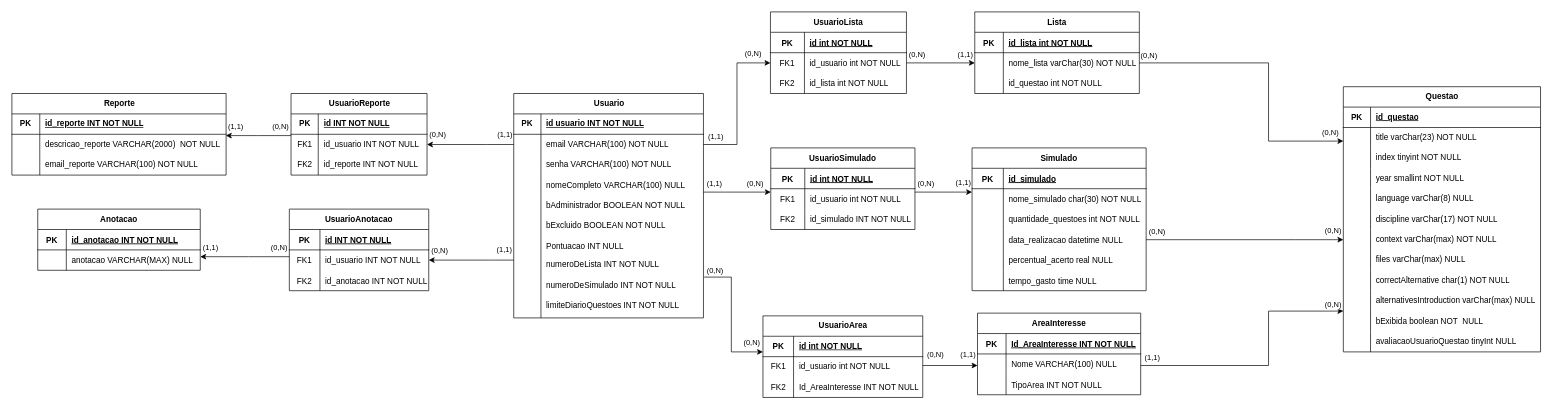
Earlier version of the draw.io diagram DIAGRAMA ER.drawio (augustorazani/QENEM-UML-Diagram). Source tidied: cells renumbered, new cells numbered last; positions are measured from the earlier drawing's top-left corner, leaving out a move shared by most shapes. Both pictures are drawn from the tidied source at 68%, with x=0, y=0 at pixel (12, 12).
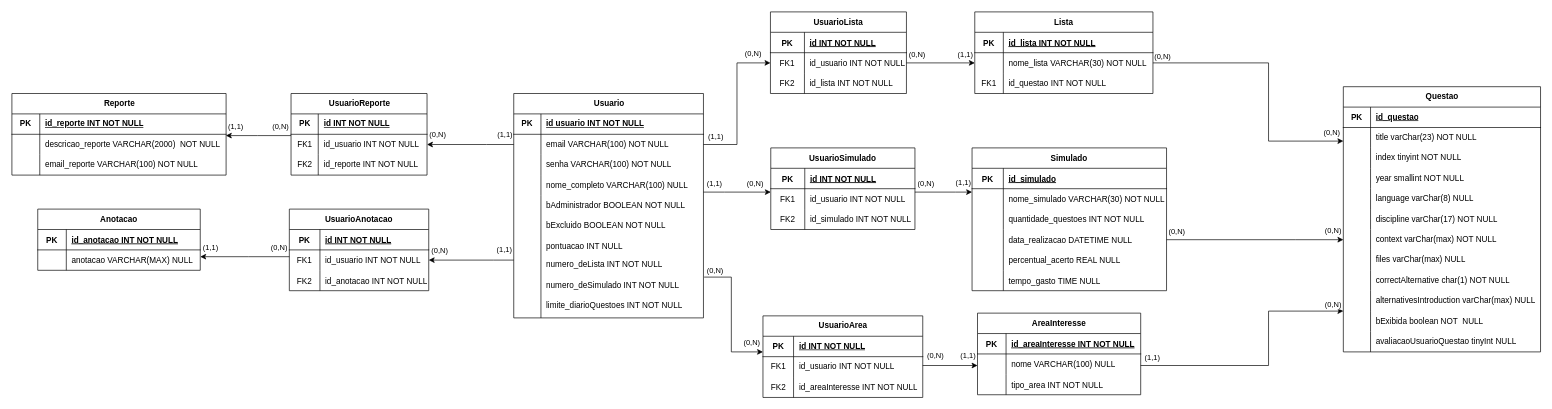
Above is the later version.

Unchanged cells that the change refers to:
```xml
<mxCell id="2" style="edgeStyle=orthogonalEdgeStyle;rounded=0;jettySize=auto;html=1;exitX=1;exitY=0.5;exitDx=0;exitDy=0;" parent="1" edge="1" source="9" target="50">
  <mxGeometry relative="1" as="geometry">
    <Array as="points">
      <mxPoint x="1848" y="75" />
      <mxPoint x="1848" y="190" />
    </Array>
  </mxGeometry>
</mxCell>
<mxCell id="17" style="shape=partialRectangle;fillColor=none;top=0;left=0;right=0;bottom=1;" parent="16" vertex="1">
  <mxGeometry y="30" width="200" height="30" as="geometry" />
</mxCell>
<mxCell id="20" style="shape=partialRectangle;fillColor=none;points=[[0,0.5],[1,0.5]];portConstraint=eastwest;top=0;left=0;right=0;bottom=0;" parent="16" vertex="1">
  <mxGeometry y="60" width="200" height="30" as="geometry" />
</mxCell>
<mxCell id="23" style="shape=partialRectangle;fillColor=none;top=0;left=0;right=0;bottom=0;" parent="16" vertex="1">
  <mxGeometry y="90" width="200" height="30" as="geometry" />
</mxCell>
<mxCell id="102" style="shape=tableRow;horizontal=0;startSize=0;swimlaneHead=0;swimlaneBody=0;fillColor=none;top=0;left=0;right=0;bottom=0;" parent="92" vertex="1">
  <mxGeometry y="120" width="279" height="30" as="geometry" />
</mxCell>
<mxCell id="140" style="shape=partialRectangle;fillColor=none;top=0;left=0;right=0;bottom=1;" parent="139" vertex="1">
  <mxGeometry y="30" width="212" height="30" as="geometry" />
</mxCell>
<mxCell id="143" style="shape=partialRectangle;fillColor=none;top=0;left=0;right=0;bottom=0;" parent="139" vertex="1">
  <mxGeometry y="60" width="212" height="30" as="geometry" />
</mxCell>
<mxCell id="175" style="shape=partialRectangle;fillColor=none;top=0;left=0;right=0;bottom=1;" parent="174" vertex="1">
  <mxGeometry y="30" width="240" height="30" as="geometry" />
</mxCell>
<mxCell id="178" style="shape=partialRectangle;fillColor=none;top=0;left=0;right=0;bottom=0;" parent="174" vertex="1">
  <mxGeometry y="60" width="240" height="30" as="geometry" />
</mxCell>
<mxCell id="181" style="shape=partialRectangle;fillColor=none;top=0;left=0;right=0;bottom=0;" parent="174" vertex="1">
  <mxGeometry y="90" width="240" height="30" as="geometry" />
</mxCell>
<mxCell id="186" style="shape=tableRow;horizontal=0;startSize=0;swimlaneHead=0;swimlaneBody=0;fillColor=none;top=0;left=0;right=0;bottom=1;" parent="185" vertex="1">
  <mxGeometry y="30" width="235" height="30" as="geometry" />
</mxCell>
<mxCell id="189" style="shape=tableRow;horizontal=0;startSize=0;swimlaneHead=0;swimlaneBody=0;fillColor=none;top=0;left=0;right=0;bottom=0;" parent="185" vertex="1">
  <mxGeometry y="60" width="235" height="30" as="geometry" />
</mxCell>
<mxCell id="192" style="shape=tableRow;horizontal=0;startSize=0;swimlaneHead=0;swimlaneBody=0;fillColor=none;top=0;left=0;right=0;bottom=0;" parent="185" vertex="1">
  <mxGeometry y="90" width="235" height="30" as="geometry" />
</mxCell>
```

Change to the diagram source:
```diff
@@
     <mxCell id="4" value="(0,N)" style="edgeLabel;html=1;align=center;verticalAlign=middle;" parent="2" vertex="1">
       <mxGeometry x="-0.8" y="1" relative="1" as="geometry">
-        <mxPoint x="-28" y="-11" as="offset" />
+        <mxPoint x="-26" y="-9" as="offset" />
       </mxGeometry>
     </mxCell>
     <mxCell id="5" value="Lista" style="shape=table;startSize=30;childLayout=tableLayout;rowLines=0;fontStyle=1;align=center;" parent="1" vertex="1">
-      <mxGeometry x="1416" width="242" height="120" as="geometry" />
+      <mxGeometry x="1416" width="262" height="120" as="geometry" />
     </mxCell>
     <mxCell id="6" style="shape=partialRectangle;fillColor=none;top=0;left=0;right=0;bottom=1;" parent="5" vertex="1">
-      <mxGeometry y="30" width="242" height="30" as="geometry" />
+      <mxGeometry y="30" width="262" height="30" as="geometry" />
     </mxCell>
@@
-    <mxCell id="8" value="id_lista int NOT NULL " style="shape=partialRectangle;overflow=hidden;fillColor=none;top=0;left=0;bottom=0;right=0;align=left;spacingLeft=6;fontStyle=5;" parent="6" vertex="1">
-      <mxGeometry x="42" width="200" height="30" as="geometry" />
+    <mxCell id="8" value="id_lista INT NOT NULL " style="shape=partialRectangle;overflow=hidden;fillColor=none;top=0;left=0;bottom=0;right=0;align=left;spacingLeft=6;fontStyle=5;" parent="6" vertex="1">
+      <mxGeometry x="42" width="220" height="30" as="geometry" />
     </mxCell>
     <mxCell id="9" style="shape=partialRectangle;fillColor=none;points=[[0,0.5],[1,0.5]];portConstraint=eastwest;top=0;left=0;right=0;bottom=0;" parent="5" vertex="1">
-      <mxGeometry y="60" width="242" height="30" as="geometry" />
+      <mxGeometry y="60" width="262" height="30" as="geometry" />
     </mxCell>
@@
-    <mxCell id="11" value="nome_lista varChar(30) NOT NULL" style="shape=partialRectangle;overflow=hidden;fillColor=none;top=0;left=0;bottom=0;right=0;align=left;spacingLeft=6;" parent="9" vertex="1">
-      <mxGeometry x="42" width="200" height="30" as="geometry" />
+    <mxCell id="11" value="nome_lista VARCHAR(30) NOT NULL" style="shape=partialRectangle;overflow=hidden;fillColor=none;top=0;left=0;bottom=0;right=0;align=left;spacingLeft=6;" parent="9" vertex="1">
+      <mxGeometry x="42" width="220" height="30" as="geometry" />
     </mxCell>
     <mxCell id="12" style="shape=partialRectangle;fillColor=none;top=0;left=0;right=0;bottom=0;" parent="5" vertex="1">
-      <mxGeometry y="90" width="242" height="30" as="geometry" />
+      <mxGeometry y="90" width="262" height="30" as="geometry" />
     </mxCell>
-    <mxCell id="13" style="shape=partialRectangle;overflow=hidden;fillColor=none;top=0;left=0;bottom=0;right=0;" parent="12" vertex="1">
+    <mxCell id="13" value="FK1" style="shape=partialRectangle;overflow=hidden;fillColor=none;top=0;left=0;bottom=0;right=0;" parent="12" vertex="1">
       <mxGeometry width="42" height="30" as="geometry" />
     </mxCell>
-    <mxCell id="14" value="id_questao int NOT NULL" style="shape=partialRectangle;overflow=hidden;fillColor=none;top=0;left=0;bottom=0;right=0;align=left;spacingLeft=6;" parent="12" vertex="1">
-      <mxGeometry x="42" width="200" height="30" as="geometry" />
+    <mxCell id="14" value="id_questao INT NOT NULL" style="shape=partialRectangle;overflow=hidden;fillColor=none;top=0;left=0;bottom=0;right=0;align=left;spacingLeft=6;" parent="12" vertex="1">
+      <mxGeometry x="42" width="220" height="30" as="geometry" />
     </mxCell>
@@
-    <mxCell id="19" value="id int NOT NULL " style="shape=partialRectangle;overflow=hidden;fillColor=none;top=0;left=0;bottom=0;right=0;align=left;spacingLeft=6;fontStyle=5;" parent="17" vertex="1">
+    <mxCell id="19" value="id INT NOT NULL " style="shape=partialRectangle;overflow=hidden;fillColor=none;top=0;left=0;bottom=0;right=0;align=left;spacingLeft=6;fontStyle=5;" parent="17" vertex="1">
       <mxGeometry x="50" width="150" height="30" as="geometry" />
     </mxCell>
@@
-    <mxCell id="22" value="id_usuario int NOT NULL" style="shape=partialRectangle;overflow=hidden;fillColor=none;top=0;left=0;bottom=0;right=0;align=left;spacingLeft=6;" parent="20" vertex="1">
+    <mxCell id="22" value="id_usuario INT NOT NULL" style="shape=partialRectangle;overflow=hidden;fillColor=none;top=0;left=0;bottom=0;right=0;align=left;spacingLeft=6;" parent="20" vertex="1">
       <mxGeometry x="50" width="150" height="30" as="geometry" />
     </mxCell>
@@
-    <mxCell id="25" value="id_lista int NOT NULL" style="shape=partialRectangle;overflow=hidden;fillColor=none;top=0;left=0;bottom=0;right=0;align=left;spacingLeft=6;" parent="23" vertex="1">
+    <mxCell id="25" value="id_lista INT NOT NULL" style="shape=partialRectangle;overflow=hidden;fillColor=none;top=0;left=0;bottom=0;right=0;align=left;spacingLeft=6;" parent="23" vertex="1">
       <mxGeometry x="50" width="150" height="30" as="geometry" />
     </mxCell>
@@
-    <mxCell id="104" value="nomeCompleto VARCHAR(100) NULL" style="shape=partialRectangle;fillColor=none;top=0;left=0;bottom=0;right=0;align=left;spacingLeft=6;overflow=hidden;whiteSpace=wrap;html=1;" parent="102" vertex="1">
+    <mxCell id="104" value="nome_completo VARCHAR(100) NULL" style="shape=partialRectangle;fillColor=none;top=0;left=0;bottom=0;right=0;align=left;spacingLeft=6;overflow=hidden;whiteSpace=wrap;html=1;" parent="102" vertex="1">
       <mxGeometry x="40" width="239" height="30" as="geometry" />
     </mxCell>
@@
-    <mxCell id="114" value="Pontuacao INT NULL&amp;nbsp;" style="shape=partialRectangle;fillColor=none;top=0;left=0;bottom=0;right=0;align=left;spacingLeft=6;overflow=hidden;whiteSpace=wrap;html=1;" parent="1" vertex="1">
+    <mxCell id="114" value="pontuacao INT NULL&amp;nbsp;" style="shape=partialRectangle;fillColor=none;top=0;left=0;bottom=0;right=0;align=left;spacingLeft=6;overflow=hidden;whiteSpace=wrap;html=1;" parent="1" vertex="1">
       <mxGeometry x="778" y="330" width="249" height="30" as="geometry" />
     </mxCell>
-    <mxCell id="115" value="numeroDeLista INT NOT NULL" style="shape=partialRectangle;fillColor=none;top=0;left=0;bottom=0;right=0;align=left;spacingLeft=6;overflow=hidden;whiteSpace=wrap;html=1;" parent="1" vertex="1">
+    <mxCell id="115" value="numero_deLista INT NOT NULL" style="shape=partialRectangle;fillColor=none;top=0;left=0;bottom=0;right=0;align=left;spacingLeft=6;overflow=hidden;whiteSpace=wrap;html=1;" parent="1" vertex="1">
       <mxGeometry x="778" y="357" width="249" height="30" as="geometry" />
     </mxCell>
-    <mxCell id="116" value="numeroDeSimulado INT NOT NULL" style="shape=partialRectangle;fillColor=none;top=0;left=0;bottom=0;right=0;align=left;spacingLeft=6;overflow=hidden;whiteSpace=wrap;html=1;" parent="1" vertex="1">
+    <mxCell id="116" value="numero_deSimulado INT NOT NULL" style="shape=partialRectangle;fillColor=none;top=0;left=0;bottom=0;right=0;align=left;spacingLeft=6;overflow=hidden;whiteSpace=wrap;html=1;" parent="1" vertex="1">
       <mxGeometry x="778" y="387" width="249" height="30" as="geometry" />
     </mxCell>
-    <mxCell id="117" value="limiteDiarioQuestoes INT NOT NULL" style="shape=partialRectangle;fillColor=none;top=0;left=0;bottom=0;right=0;align=left;spacingLeft=6;overflow=hidden;whiteSpace=wrap;html=1;" parent="1" vertex="1">
+    <mxCell id="117" value="limite_diarioQuestoes INT NOT NULL" style="shape=partialRectangle;fillColor=none;top=0;left=0;bottom=0;right=0;align=left;spacingLeft=6;overflow=hidden;whiteSpace=wrap;html=1;" parent="1" vertex="1">
       <mxGeometry x="778" y="417" width="249" height="30" as="geometry" />
     </mxCell>
@@
     <mxCell id="119" value="Simulado" style="shape=table;startSize=30;childLayout=tableLayout;rowLines=0;fontStyle=1;align=center;" parent="1" vertex="1">
-      <mxGeometry x="1412" y="200" width="256" height="210" as="geometry" />
+      <mxGeometry x="1412" y="200" width="286" height="210" as="geometry" />
     </mxCell>
     <mxCell id="120" style="shape=partialRectangle;fillColor=none;top=0;left=0;right=0;bottom=1;" parent="119" vertex="1">
-      <mxGeometry y="30" width="256" height="30" as="geometry" />
+      <mxGeometry y="30" width="286" height="30" as="geometry" />
     </mxCell>
@@
     <mxCell id="122" value="id_simulado" style="shape=partialRectangle;overflow=hidden;fillColor=none;top=0;left=0;bottom=0;right=0;align=left;spacingLeft=6;fontStyle=5;" parent="120" vertex="1">
-      <mxGeometry x="46" width="210" height="30" as="geometry" />
+      <mxGeometry x="46" width="240" height="30" as="geometry" />
     </mxCell>
     <mxCell id="123" style="shape=partialRectangle;fillColor=none;top=0;left=0;right=0;bottom=0;" parent="119" vertex="1">
-      <mxGeometry y="60" width="256" height="30" as="geometry" />
+      <mxGeometry y="60" width="286" height="30" as="geometry" />
     </mxCell>
@@
-    <mxCell id="125" value="nome_simulado char(30) NOT NULL" style="shape=partialRectangle;overflow=hidden;fillColor=none;top=0;left=0;bottom=0;right=0;align=left;spacingLeft=6;" parent="123" vertex="1">
-      <mxGeometry x="46" width="210" height="30" as="geometry" />
+    <mxCell id="125" value="nome_simulado VARCHAR(30) NOT NULL" style="shape=partialRectangle;overflow=hidden;fillColor=none;top=0;left=0;bottom=0;right=0;align=left;spacingLeft=6;" parent="123" vertex="1">
+      <mxGeometry x="46" width="240" height="30" as="geometry" />
     </mxCell>
     <mxCell id="126" style="shape=partialRectangle;fillColor=none;top=0;left=0;right=0;bottom=0;" parent="119" vertex="1">
-      <mxGeometry y="90" width="256" height="30" as="geometry" />
+      <mxGeometry y="90" width="286" height="30" as="geometry" />
     </mxCell>
@@
-    <mxCell id="128" value="quantidade_questoes int NOT NULL" style="shape=partialRectangle;overflow=hidden;fillColor=none;top=0;left=0;bottom=0;right=0;align=left;spacingLeft=6;" parent="126" vertex="1">
-      <mxGeometry x="46" width="210" height="30" as="geometry" />
+    <mxCell id="128" value="quantidade_questoes INT NOT NULL" style="shape=partialRectangle;overflow=hidden;fillColor=none;top=0;left=0;bottom=0;right=0;align=left;spacingLeft=6;" parent="126" vertex="1">
+      <mxGeometry x="46" width="240" height="30" as="geometry" />
     </mxCell>
     <mxCell id="129" style="shape=partialRectangle;fillColor=none;points=[[0,0.5],[1,0.5]];portConstraint=eastwest;top=0;left=0;right=0;bottom=0;" parent="119" vertex="1">
-      <mxGeometry y="120" width="256" height="30" as="geometry" />
+      <mxGeometry y="120" width="286" height="30" as="geometry" />
     </mxCell>
@@
-    <mxCell id="131" value="data_realizacao datetime NULL" style="shape=partialRectangle;overflow=hidden;fillColor=none;top=0;left=0;bottom=0;right=0;align=left;spacingLeft=6;" parent="129" vertex="1">
-      <mxGeometry x="46" width="210" height="30" as="geometry" />
+    <mxCell id="131" value="data_realizacao DATETIME NULL" style="shape=partialRectangle;overflow=hidden;fillColor=none;top=0;left=0;bottom=0;right=0;align=left;spacingLeft=6;" parent="129" vertex="1">
+      <mxGeometry x="46" width="240" height="30" as="geometry" />
     </mxCell>
     <mxCell id="132" style="shape=partialRectangle;fillColor=none;top=0;left=0;right=0;bottom=0;" parent="119" vertex="1">
-      <mxGeometry y="150" width="256" height="30" as="geometry" />
+      <mxGeometry y="150" width="286" height="30" as="geometry" />
     </mxCell>
@@
-    <mxCell id="134" value="percentual_acerto real NULL" style="shape=partialRectangle;overflow=hidden;fillColor=none;top=0;left=0;bottom=0;right=0;align=left;spacingLeft=6;" parent="132" vertex="1">
-      <mxGeometry x="46" width="210" height="30" as="geometry" />
+    <mxCell id="134" value="percentual_acerto REAL NULL" style="shape=partialRectangle;overflow=hidden;fillColor=none;top=0;left=0;bottom=0;right=0;align=left;spacingLeft=6;" parent="132" vertex="1">
+      <mxGeometry x="46" width="240" height="30" as="geometry" />
     </mxCell>
     <mxCell id="135" style="shape=partialRectangle;fillColor=none;top=0;left=0;right=0;bottom=0;" parent="119" vertex="1">
-      <mxGeometry y="180" width="256" height="30" as="geometry" />
+      <mxGeometry y="180" width="286" height="30" as="geometry" />
     </mxCell>
@@
-    <mxCell id="137" value="tempo_gasto time NULL" style="shape=partialRectangle;overflow=hidden;fillColor=none;top=0;left=0;bottom=0;right=0;align=left;spacingLeft=6;" parent="135" vertex="1">
-      <mxGeometry x="46" width="210" height="30" as="geometry" />
+    <mxCell id="137" value="tempo_gasto TIME NULL" style="shape=partialRectangle;overflow=hidden;fillColor=none;top=0;left=0;bottom=0;right=0;align=left;spacingLeft=6;" parent="135" vertex="1">
+      <mxGeometry x="46" width="240" height="30" as="geometry" />
     </mxCell>
@@
-    <mxCell id="142" value="id int NOT NULL" style="shape=partialRectangle;overflow=hidden;fillColor=none;top=0;left=0;bottom=0;right=0;align=left;spacingLeft=6;fontStyle=5;" parent="140" vertex="1">
+    <mxCell id="142" value="id INT NOT NULL" style="shape=partialRectangle;overflow=hidden;fillColor=none;top=0;left=0;bottom=0;right=0;align=left;spacingLeft=6;fontStyle=5;" parent="140" vertex="1">
       <mxGeometry x="50" width="162" height="30" as="geometry" />
     </mxCell>
@@
-    <mxCell id="145" value="id_usuario int NOT NULL" style="shape=partialRectangle;overflow=hidden;fillColor=none;top=0;left=0;bottom=0;right=0;align=left;spacingLeft=6;" parent="143" vertex="1">
+    <mxCell id="145" value="id_usuario INT NOT NULL" style="shape=partialRectangle;overflow=hidden;fillColor=none;top=0;left=0;bottom=0;right=0;align=left;spacingLeft=6;" parent="143" vertex="1">
       <mxGeometry x="50" width="162" height="30" as="geometry" />
     </mxCell>
@@
-    <mxCell id="177" value="Id_AreaInteresse INT NOT NULL " style="shape=partialRectangle;overflow=hidden;fillColor=none;top=0;left=0;bottom=0;right=0;align=left;spacingLeft=6;fontStyle=5;" parent="175" vertex="1">
+    <mxCell id="177" value="id_areaInteresse INT NOT NULL " style="shape=partialRectangle;overflow=hidden;fillColor=none;top=0;left=0;bottom=0;right=0;align=left;spacingLeft=6;fontStyle=5;" parent="175" vertex="1">
       <mxGeometry x="42" width="198" height="30" as="geometry" />
     </mxCell>
@@
-    <mxCell id="180" value="Nome VARCHAR(100) NULL " style="shape=partialRectangle;overflow=hidden;fillColor=none;top=0;left=0;bottom=0;right=0;align=left;spacingLeft=6;" parent="178" vertex="1">
+    <mxCell id="180" value="nome VARCHAR(100) NULL " style="shape=partialRectangle;overflow=hidden;fillColor=none;top=0;left=0;bottom=0;right=0;align=left;spacingLeft=6;" parent="178" vertex="1">
       <mxGeometry x="42" width="198" height="30" as="geometry" />
     </mxCell>
@@
-    <mxCell id="183" value="TipoArea INT NOT NULL" style="shape=partialRectangle;overflow=hidden;fillColor=none;top=0;left=0;bottom=0;right=0;align=left;spacingLeft=6;" parent="181" vertex="1">
+    <mxCell id="183" value="tipo_area INT NOT NULL" style="shape=partialRectangle;overflow=hidden;fillColor=none;top=0;left=0;bottom=0;right=0;align=left;spacingLeft=6;" parent="181" vertex="1">
       <mxGeometry x="42" width="198" height="30" as="geometry" />
     </mxCell>
@@
-    <mxCell id="188" value="id int NOT NULL" style="shape=partialRectangle;fillColor=none;top=0;left=0;bottom=0;right=0;align=left;spacingLeft=6;fontStyle=5;overflow=hidden;whiteSpace=wrap;html=1;" parent="186" vertex="1">
+    <mxCell id="188" value="id INT NOT NULL" style="shape=partialRectangle;fillColor=none;top=0;left=0;bottom=0;right=0;align=left;spacingLeft=6;fontStyle=5;overflow=hidden;whiteSpace=wrap;html=1;" parent="186" vertex="1">
       <mxGeometry x="45" width="190" height="30" as="geometry" />
     </mxCell>
@@
-    <mxCell id="191" value="&lt;span style=&quot;text-wrap-mode: nowrap;&quot;&gt;id_usuario int NOT NULL&lt;/span&gt;" style="shape=partialRectangle;fillColor=none;top=0;left=0;bottom=0;right=0;align=left;spacingLeft=6;overflow=hidden;whiteSpace=wrap;html=1;" parent="189" vertex="1">
+    <mxCell id="191" value="&lt;span style=&quot;text-wrap-mode: nowrap;&quot;&gt;id_usuario INT NOT NULL&lt;/span&gt;" style="shape=partialRectangle;fillColor=none;top=0;left=0;bottom=0;right=0;align=left;spacingLeft=6;overflow=hidden;whiteSpace=wrap;html=1;" parent="189" vertex="1">
       <mxGeometry x="45" width="190" height="30" as="geometry" />
     </mxCell>
@@
-    <mxCell id="194" value="Id_AreaInteresse INT NOT NULL" style="shape=partialRectangle;fillColor=none;top=0;left=0;bottom=0;right=0;align=left;spacingLeft=6;overflow=hidden;whiteSpace=wrap;html=1;" parent="192" vertex="1">
+    <mxCell id="194" value="id_areaInteresse INT NOT NULL" style="shape=partialRectangle;fillColor=none;top=0;left=0;bottom=0;right=0;align=left;spacingLeft=6;overflow=hidden;whiteSpace=wrap;html=1;" parent="192" vertex="1">
       <mxGeometry x="45" width="190" height="30" as="geometry" />
     </mxCell>
@@
     <mxCell id="197" value="(0,N)" style="edgeLabel;html=1;align=center;verticalAlign=middle;" parent="1" vertex="1">
-      <mxGeometry x="1686" y="322" as="geometry">
+      <mxGeometry x="1715" y="322" as="geometry">
         <mxPoint x="-3" as="offset" />
       </mxGeometry>
     </mxCell>
@@
     <mxCell id="206" value="(0,N)" style="edgeLabel;html=1;align=center;verticalAlign=middle;" parent="1" vertex="1">
-      <mxGeometry x="1357" y="503" as="geometry" />
+      <mxGeometry x="1357" y="505" as="geometry" />
     </mxCell>
     <mxCell id="207" value="(1,1)" style="edgeLabel;html=1;align=center;verticalAlign=middle;" parent="1" vertex="1">
-      <mxGeometry x="1405" y="503" as="geometry" />
+      <mxGeometry x="1405" y="505" as="geometry" />
     </mxCell>
```
